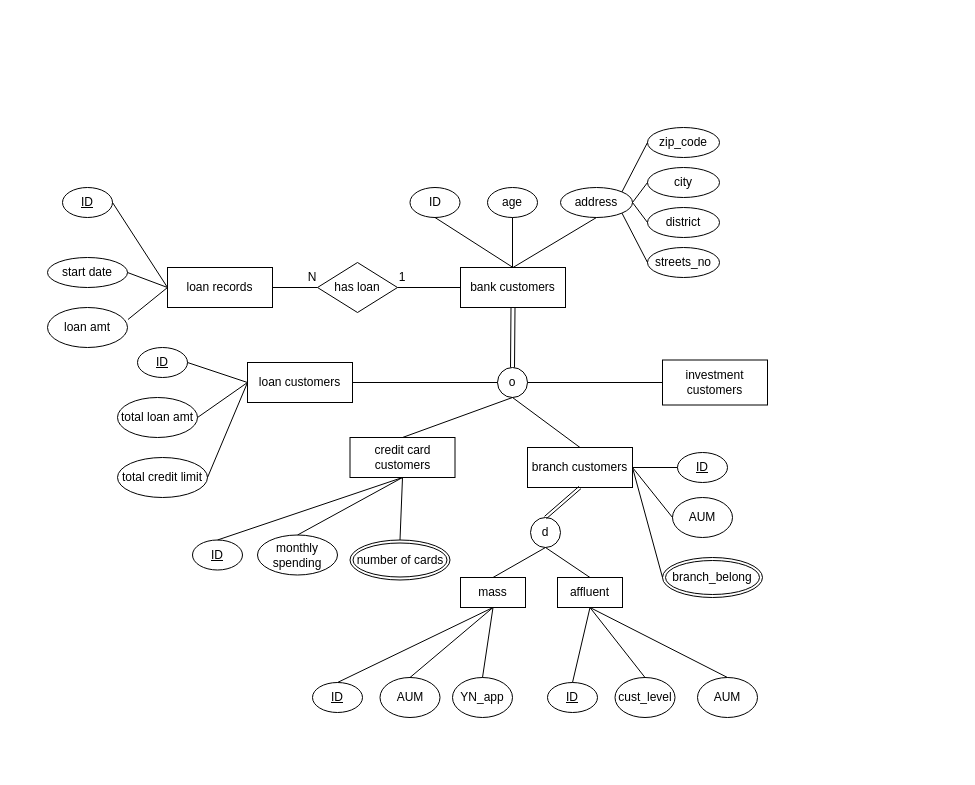
This is Homeworks/hw1.drawio from qqaazz800624/2023_Database_Systems_SQLtoNoSQL, a draw.io file, before an edit. Source tidied: cells renumbered, new cells numbered last; positions are measured from the earlier drawing's top-left corner, leaving out a move shared by most shapes. Both pictures are drawn from the tidied source at 100%, with x=0, y=0 at pixel (47, 127).
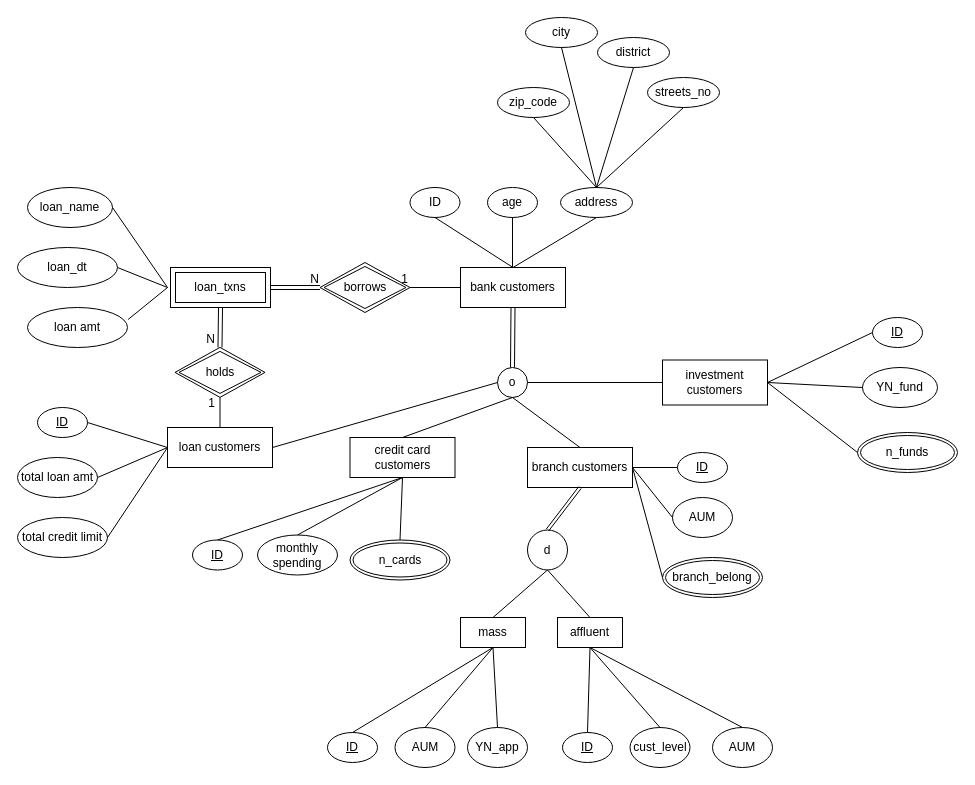
The same diagram, later.

Unchanged cells that the change refers to:
```xml
<mxCell id="2" value="bank customers" style="rounded=0;whiteSpace=wrap;html=1;" parent="1" vertex="1">
  <mxGeometry x="413" y="140" width="105" height="40" as="geometry" />
</mxCell>
<mxCell id="5" value="investment customers" style="rounded=0;whiteSpace=wrap;html=1;" parent="1" vertex="1">
  <mxGeometry x="615" y="232.5" width="105" height="45" as="geometry" />
</mxCell>
<mxCell id="14" value="address" style="ellipse;whiteSpace=wrap;html=1;" parent="1" vertex="1">
  <mxGeometry x="513" y="60" width="72" height="30" as="geometry" />
</mxCell>
```

The edit, as a diff of the source:
```diff
@@
     <mxCell id="18" value="d" style="ellipse;whiteSpace=wrap;html=1;" parent="1" vertex="1">
-      <mxGeometry x="483" y="390" width="30" height="30" as="geometry" />
+      <mxGeometry x="480" y="402.5" width="40" height="40" as="geometry" />
     </mxCell>
     <mxCell id="19" value="mass" style="rounded=0;whiteSpace=wrap;html=1;" parent="1" vertex="1">
-      <mxGeometry x="413" y="450" width="65" height="30" as="geometry" />
+      <mxGeometry x="413" y="490" width="65" height="30" as="geometry" />
     </mxCell>
     <mxCell id="20" value="affluent" style="rounded=0;whiteSpace=wrap;html=1;" parent="1" vertex="1">
-      <mxGeometry x="510" y="450" width="65" height="30" as="geometry" />
+      <mxGeometry x="510" y="490" width="65" height="30" as="geometry" />
     </mxCell>
@@
-    <mxCell id="24" value="has loan" style="rhombus;whiteSpace=wrap;html=1;" parent="1" vertex="1">
-      <mxGeometry x="270" y="135" width="80" height="50" as="geometry" />
-    </mxCell>
     <mxCell id="25" value="loan customers" style="rounded=0;whiteSpace=wrap;html=1;" parent="1" vertex="1">
-      <mxGeometry x="200" y="235" width="105" height="40" as="geometry" />
+      <mxGeometry x="120" y="300" width="105" height="40" as="geometry" />
     </mxCell>
     <mxCell id="26" value="&lt;u&gt;ID&lt;/u&gt;" style="ellipse;whiteSpace=wrap;html=1;" parent="1" vertex="1">
-      <mxGeometry x="90" y="220" width="50" height="30" as="geometry" />
+      <mxGeometry x="-10" y="280" width="50" height="30" as="geometry" />
     </mxCell>
     <mxCell id="27" value="total loan amt" style="ellipse;whiteSpace=wrap;html=1;" parent="1" vertex="1">
-      <mxGeometry x="70" y="270" width="80" height="40" as="geometry" />
+      <mxGeometry x="-30" y="330" width="80" height="40" as="geometry" />
     </mxCell>
     <mxCell id="28" value="total credit limit" style="ellipse;whiteSpace=wrap;html=1;" parent="1" vertex="1">
-      <mxGeometry x="70" y="330" width="90" height="40" as="geometry" />
+      <mxGeometry x="-30" y="390" width="90" height="40" as="geometry" />
     </mxCell>
@@
-    <mxCell id="32" style="endArrow=none;html=1;rounded=0;exitX=1;exitY=0.5;exitDx=0;exitDy=0;entryX=0;entryY=0.5;entryDx=0;entryDy=0;" parent="1" edge="1" source="24" target="2">
-      <mxGeometry relative="1" as="geometry" />
-    </mxCell>
-    <mxCell id="33" value="1" style="text;html=1;strokeColor=none;fillColor=none;align=center;verticalAlign=middle;whiteSpace=wrap;rounded=0;" parent="1" vertex="1">
-      <mxGeometry x="340" y="135" width="30" height="30" as="geometry" />
-    </mxCell>
-    <mxCell id="34" value="loan records" style="rounded=0;whiteSpace=wrap;html=1;" parent="1" vertex="1">
-      <mxGeometry x="120" y="140" width="105" height="40" as="geometry" />
-    </mxCell>
-    <mxCell id="35" style="endArrow=none;html=1;rounded=0;entryX=0;entryY=0.5;entryDx=0;entryDy=0;exitX=1;exitY=0.5;exitDx=0;exitDy=0;" parent="1" edge="1" source="34" target="24">
-      <mxGeometry relative="1" as="geometry" />
-    </mxCell>
-    <mxCell id="36" value="N" style="text;html=1;strokeColor=none;fillColor=none;align=center;verticalAlign=middle;whiteSpace=wrap;rounded=0;" parent="1" vertex="1">
-      <mxGeometry x="250" y="135" width="30" height="30" as="geometry" />
-    </mxCell>
-    <mxCell id="37" value="&lt;u&gt;ID&lt;/u&gt;" style="ellipse;whiteSpace=wrap;html=1;" parent="1" vertex="1">
-      <mxGeometry x="15" y="60" width="50" height="30" as="geometry" />
+    <mxCell id="37" value="loan_name" style="ellipse;whiteSpace=wrap;html=1;" parent="1" vertex="1">
+      <mxGeometry x="-20" y="60" width="85" height="40" as="geometry" />
     </mxCell>
     <mxCell id="38" value="loan amt" style="ellipse;whiteSpace=wrap;html=1;" parent="1" vertex="1">
-      <mxGeometry y="180" width="80" height="40" as="geometry" />
+      <mxGeometry x="-20" y="180" width="100" height="40" as="geometry" />
     </mxCell>
-    <mxCell id="39" value="start date" style="ellipse;whiteSpace=wrap;html=1;" parent="1" vertex="1">
-      <mxGeometry y="130" width="80" height="30" as="geometry" />
-    </mxCell>
-    <mxCell id="40" style="endArrow=none;html=1;rounded=0;exitX=1;exitY=0.5;exitDx=0;exitDy=0;entryX=0;entryY=0.5;entryDx=0;entryDy=0;" parent="1" edge="1" source="37" target="34">
-      <mxGeometry relative="1" as="geometry" />
+    <mxCell id="40" style="endArrow=none;html=1;rounded=0;exitX=1;exitY=0.5;exitDx=0;exitDy=0;entryX=0;entryY=0.5;entryDx=0;entryDy=0;" parent="1" edge="1" source="37">
+      <mxGeometry relative="1" as="geometry">
+        <mxPoint x="120" y="160" as="targetPoint" />
+      </mxGeometry>
     </mxCell>
-    <mxCell id="41" style="endArrow=none;html=1;rounded=0;exitX=1;exitY=0.5;exitDx=0;exitDy=0;entryX=0;entryY=0.5;entryDx=0;entryDy=0;" parent="1" edge="1" source="39" target="34">
-      <mxGeometry relative="1" as="geometry" />
+    <mxCell id="41" style="endArrow=none;html=1;rounded=0;exitX=1;exitY=0.5;exitDx=0;exitDy=0;entryX=0;entryY=0.5;entryDx=0;entryDy=0;" parent="1" edge="1" source="83">
+      <mxGeometry relative="1" as="geometry">
+        <mxPoint x="120" y="160" as="targetPoint" />
+      </mxGeometry>
     </mxCell>
-    <mxCell id="42" style="endArrow=none;html=1;rounded=0;exitX=1.006;exitY=0.3;exitDx=0;exitDy=0;entryX=0;entryY=0.5;entryDx=0;entryDy=0;exitPerimeter=0;" parent="1" edge="1" source="38" target="34">
-      <mxGeometry relative="1" as="geometry" />
+    <mxCell id="42" style="endArrow=none;html=1;rounded=0;exitX=1.006;exitY=0.3;exitDx=0;exitDy=0;entryX=0;entryY=0.5;entryDx=0;entryDy=0;exitPerimeter=0;" parent="1" edge="1" source="38">
+      <mxGeometry relative="1" as="geometry">
+        <mxPoint x="120" y="160" as="targetPoint" />
+      </mxGeometry>
     </mxCell>
@@
     <mxCell id="55" value="zip_code" style="ellipse;whiteSpace=wrap;html=1;" parent="1" vertex="1">
-      <mxGeometry x="600" width="72" height="30" as="geometry" />
+      <mxGeometry x="450" y="-40" width="72" height="30" as="geometry" />
     </mxCell>
     <mxCell id="56" value="city" style="ellipse;whiteSpace=wrap;html=1;" parent="1" vertex="1">
-      <mxGeometry x="600" y="40" width="72" height="30" as="geometry" />
+      <mxGeometry x="478" y="-110" width="72" height="30" as="geometry" />
     </mxCell>
     <mxCell id="57" value="district" style="ellipse;whiteSpace=wrap;html=1;" parent="1" vertex="1">
-      <mxGeometry x="600" y="80" width="72" height="30" as="geometry" />
+      <mxGeometry x="550" y="-90" width="72" height="30" as="geometry" />
     </mxCell>
     <mxCell id="58" value="streets_no" style="ellipse;whiteSpace=wrap;html=1;" parent="1" vertex="1">
-      <mxGeometry x="600" y="120" width="72" height="30" as="geometry" />
+      <mxGeometry x="600" y="-50" width="72" height="30" as="geometry" />
     </mxCell>
-    <mxCell id="59" style="endArrow=none;html=1;rounded=0;entryX=1;entryY=0;entryDx=0;entryDy=0;exitX=0;exitY=0.5;exitDx=0;exitDy=0;" parent="1" edge="1" source="55" target="14">
+    <mxCell id="59" style="endArrow=none;html=1;rounded=0;exitX=0.5;exitY=1;exitDx=0;exitDy=0;entryX=0.5;entryY=0;entryDx=0;entryDy=0;" parent="1" edge="1" source="55" target="14">
       <mxGeometry relative="1" as="geometry" />
     </mxCell>
-    <mxCell id="60" style="endArrow=none;html=1;rounded=0;entryX=1;entryY=0.5;entryDx=0;entryDy=0;exitX=0;exitY=0.5;exitDx=0;exitDy=0;" parent="1" edge="1" source="56" target="14">
+    <mxCell id="60" style="endArrow=none;html=1;rounded=0;entryX=0.5;entryY=0;entryDx=0;entryDy=0;exitX=0.5;exitY=1;exitDx=0;exitDy=0;" parent="1" edge="1" source="56" target="14">
       <mxGeometry relative="1" as="geometry" />
     </mxCell>
-    <mxCell id="61" style="endArrow=none;html=1;rounded=0;entryX=1;entryY=0.5;entryDx=0;entryDy=0;exitX=0;exitY=0.5;exitDx=0;exitDy=0;" parent="1" edge="1" source="57" target="14">
+    <mxCell id="61" style="endArrow=none;html=1;rounded=0;entryX=0.5;entryY=0;entryDx=0;entryDy=0;exitX=0.5;exitY=1;exitDx=0;exitDy=0;" parent="1" edge="1" source="57" target="14">
       <mxGeometry relative="1" as="geometry" />
     </mxCell>
-    <mxCell id="62" style="endArrow=none;html=1;rounded=0;entryX=1;entryY=1;entryDx=0;entryDy=0;exitX=0;exitY=0.5;exitDx=0;exitDy=0;" parent="1" edge="1" source="58" target="14">
+    <mxCell id="62" style="endArrow=none;html=1;rounded=0;entryX=0.5;entryY=0;entryDx=0;entryDy=0;exitX=0.5;exitY=1;exitDx=0;exitDy=0;" parent="1" edge="1" source="58" target="14">
       <mxGeometry relative="1" as="geometry" />
     </mxCell>
-    <mxCell id="63" value="number of cards" style="ellipse;shape=doubleEllipse;margin=3;whiteSpace=wrap;html=1;align=center;" parent="1" vertex="1">
+    <mxCell id="63" value="n_cards" style="ellipse;shape=doubleEllipse;margin=3;whiteSpace=wrap;html=1;align=center;" parent="1" vertex="1">
       <mxGeometry x="302.5" y="412.5" width="100" height="40" as="geometry" />
     </mxCell>
     <mxCell id="64" value="&lt;u&gt;ID&lt;/u&gt;" style="ellipse;whiteSpace=wrap;html=1;" parent="1" vertex="1">
-      <mxGeometry x="265" y="555" width="50" height="30" as="geometry" />
+      <mxGeometry x="280" y="605" width="50" height="30" as="geometry" />
     </mxCell>
     <mxCell id="65" value="AUM" style="ellipse;whiteSpace=wrap;html=1;" parent="1" vertex="1">
-      <mxGeometry x="332.5" y="550" width="60" height="40" as="geometry" />
+      <mxGeometry x="347.5" y="600" width="60" height="40" as="geometry" />
     </mxCell>
     <mxCell id="66" value="YN_app" style="ellipse;whiteSpace=wrap;html=1;" parent="1" vertex="1">
-      <mxGeometry x="405" y="550" width="60" height="40" as="geometry" />
+      <mxGeometry x="420" y="600" width="60" height="40" as="geometry" />
     </mxCell>
@@
     <mxCell id="70" value="&lt;u&gt;ID&lt;/u&gt;" style="ellipse;whiteSpace=wrap;html=1;" parent="1" vertex="1">
-      <mxGeometry x="500" y="555" width="50" height="30" as="geometry" />
+      <mxGeometry x="515" y="605" width="50" height="30" as="geometry" />
     </mxCell>
     <mxCell id="71" value="cust_level" style="ellipse;whiteSpace=wrap;html=1;" parent="1" vertex="1">
-      <mxGeometry x="567.5" y="550" width="60" height="40" as="geometry" />
+      <mxGeometry x="582.5" y="600" width="60" height="40" as="geometry" />
     </mxCell>
     <mxCell id="72" value="AUM" style="ellipse;whiteSpace=wrap;html=1;" parent="1" vertex="1">
-      <mxGeometry x="650" y="550" width="60" height="40" as="geometry" />
+      <mxGeometry x="665" y="600" width="60" height="40" as="geometry" />
     </mxCell>
@@
+    <mxCell id="76" value="&lt;u&gt;ID&lt;/u&gt;" style="ellipse;whiteSpace=wrap;html=1;" parent="1" vertex="1">
+      <mxGeometry x="825" y="190" width="50" height="30" as="geometry" />
+    </mxCell>
+    <mxCell id="77" value="YN_fund" style="ellipse;whiteSpace=wrap;html=1;" parent="1" vertex="1">
+      <mxGeometry x="815" y="240" width="75" height="40" as="geometry" />
+    </mxCell>
+    <mxCell id="78" value="n_funds" style="ellipse;shape=doubleEllipse;margin=3;whiteSpace=wrap;html=1;align=center;" parent="1" vertex="1">
+      <mxGeometry x="810" y="305" width="100" height="40" as="geometry" />
+    </mxCell>
+    <mxCell id="79" style="endArrow=none;html=1;rounded=0;entryX=1;entryY=0.5;entryDx=0;entryDy=0;exitX=0;exitY=0.5;exitDx=0;exitDy=0;" parent="1" edge="1" source="76" target="5">
+      <mxGeometry relative="1" as="geometry" />
+    </mxCell>
+    <mxCell id="80" style="endArrow=none;html=1;rounded=0;entryX=1;entryY=0.5;entryDx=0;entryDy=0;exitX=0;exitY=0.5;exitDx=0;exitDy=0;" parent="1" edge="1" source="77" target="5">
+      <mxGeometry relative="1" as="geometry" />
+    </mxCell>
+    <mxCell id="81" style="endArrow=none;html=1;rounded=0;entryX=1;entryY=0.5;entryDx=0;entryDy=0;exitX=0;exitY=0.5;exitDx=0;exitDy=0;" parent="1" edge="1" source="78" target="5">
+      <mxGeometry relative="1" as="geometry" />
+    </mxCell>
+    <mxCell id="82" value="loan_txns" style="shape=ext;margin=3;double=1;whiteSpace=wrap;html=1;align=center;" parent="1" vertex="1">
+      <mxGeometry x="123" y="140" width="100" height="40" as="geometry" />
+    </mxCell>
+    <mxCell id="83" value="loan_dt" style="ellipse;whiteSpace=wrap;html=1;" parent="1" vertex="1">
+      <mxGeometry x="-30" y="120" width="100" height="40" as="geometry" />
+    </mxCell>
+    <mxCell id="84" style="shape=link;html=1;rounded=0;exitX=1;exitY=0.5;exitDx=0;exitDy=0;entryX=0;entryY=0.5;entryDx=0;entryDy=0;" parent="1" edge="1" source="82" target="88">
+      <mxGeometry relative="1" as="geometry" />
+    </mxCell>
+    <mxCell id="85" value="N" style="html=1;whiteSpace=wrap;align=right;verticalAlign=bottom;" parent="84" vertex="1">
+      <mxGeometry x="1" relative="1" as="geometry" />
+    </mxCell>
+    <mxCell id="86" style="endArrow=none;html=1;rounded=0;exitX=0;exitY=0.5;exitDx=0;exitDy=0;entryX=1;entryY=0.5;entryDx=0;entryDy=0;" parent="1" edge="1" source="2" target="88">
+      <mxGeometry relative="1" as="geometry" />
+    </mxCell>
+    <mxCell id="87" value="1" style="html=1;whiteSpace=wrap;align=right;verticalAlign=bottom;" parent="86" vertex="1">
+      <mxGeometry x="1" relative="1" as="geometry" />
+    </mxCell>
+    <mxCell id="88" value="borrows" style="shape=rhombus;double=1;perimeter=rhombusPerimeter;whiteSpace=wrap;html=1;align=center;" parent="1" vertex="1">
+      <mxGeometry x="272.5" y="135" width="90" height="50" as="geometry" />
+    </mxCell>
+    <mxCell id="89" value="holds" style="shape=rhombus;double=1;perimeter=rhombusPerimeter;whiteSpace=wrap;html=1;align=center;" parent="1" vertex="1">
+      <mxGeometry x="127.5" y="219.9" width="90" height="50" as="geometry" />
+    </mxCell>
+    <mxCell id="90" style="endArrow=none;html=1;rounded=0;exitX=0.5;exitY=0;exitDx=0;exitDy=0;entryX=0.5;entryY=1;entryDx=0;entryDy=0;" parent="1" edge="1" source="25" target="89">
+      <mxGeometry relative="1" as="geometry" />
+    </mxCell>
+    <mxCell id="91" value="1" style="html=1;whiteSpace=wrap;align=right;verticalAlign=bottom;" parent="90" vertex="1">
+      <mxGeometry x="1" relative="1" as="geometry">
+        <mxPoint x="-4" y="14" as="offset" />
+      </mxGeometry>
+    </mxCell>
+    <mxCell id="92" style="shape=link;html=1;rounded=0;exitX=0.5;exitY=1;exitDx=0;exitDy=0;entryX=0.5;entryY=0;entryDx=0;entryDy=0;" parent="1" edge="1" source="82" target="89">
+      <mxGeometry relative="1" as="geometry" />
+    </mxCell>
+    <mxCell id="93" value="N" style="html=1;whiteSpace=wrap;align=right;verticalAlign=bottom;" parent="92" vertex="1">
+      <mxGeometry x="1" relative="1" as="geometry">
+        <mxPoint x="-3" as="offset" />
+      </mxGeometry>
+    </mxCell>
```
